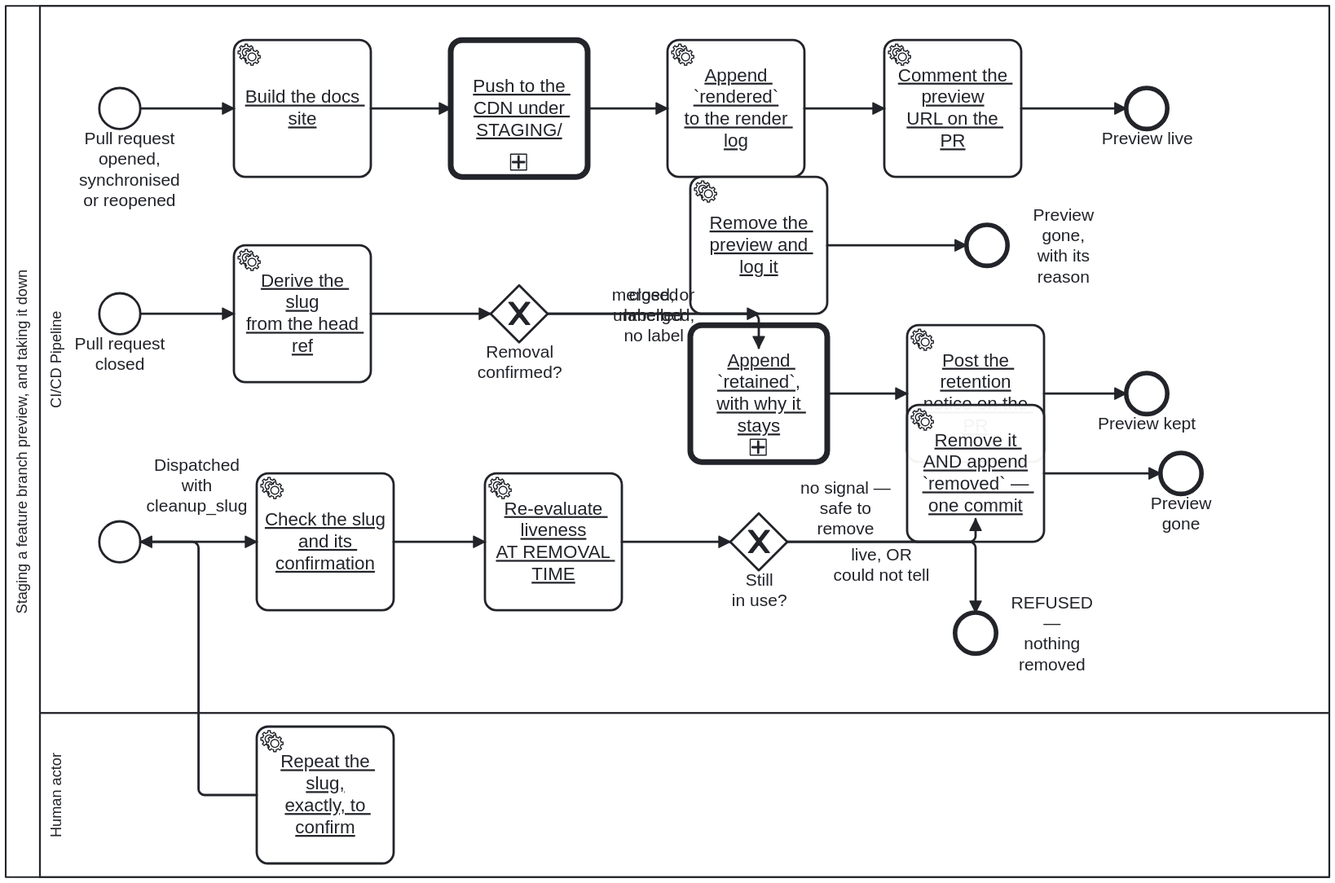
This is docs/assets/img/workflows/feature-staging.svg from litlfred/cat-harness, a BPMN export, as it was before one commit. Its source is kept beside it as sdlc/processes/feature-staging.bpmn. Ids are renumbered.
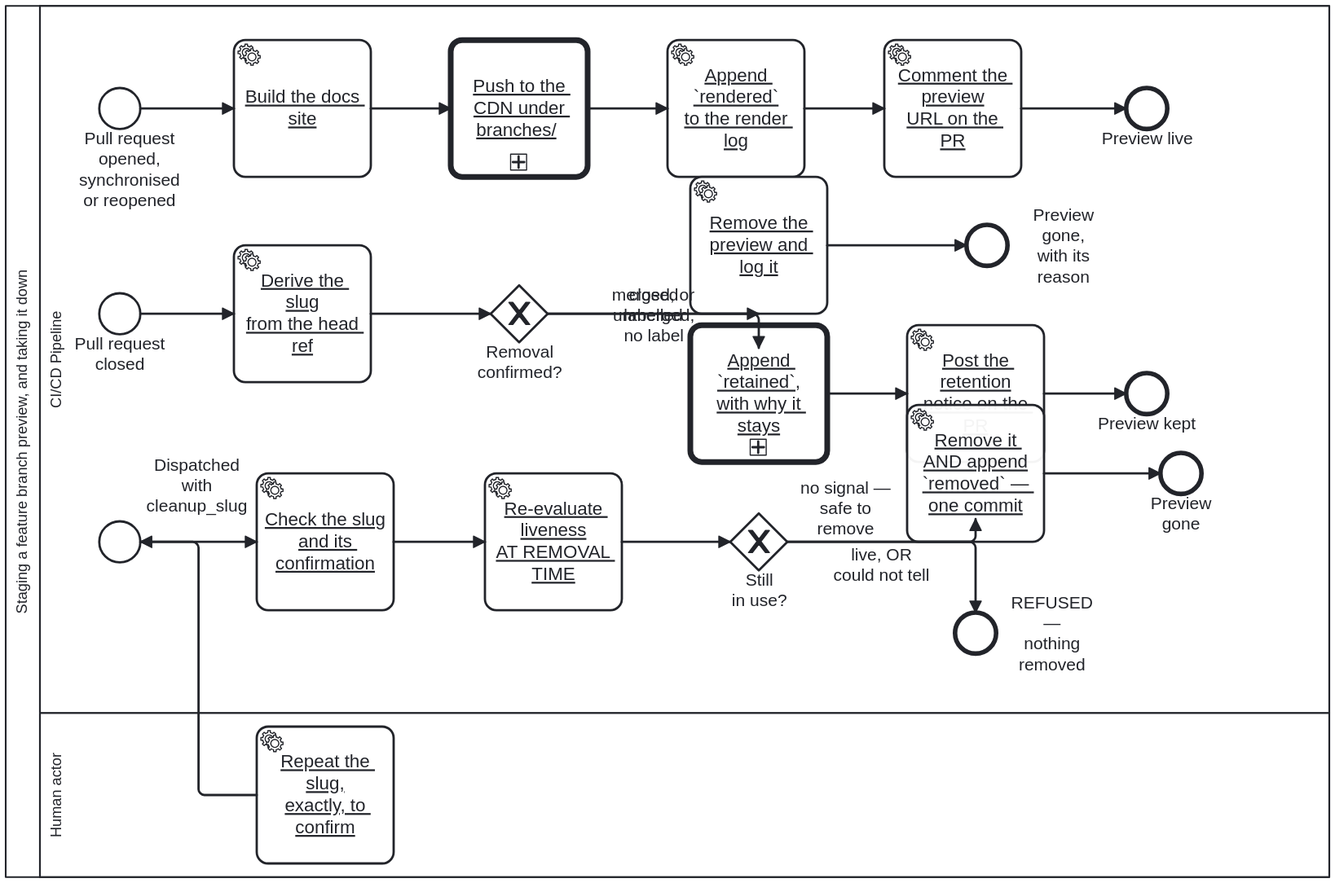
After the change.

Diff of the diagram source:
```diff
@@ -19,7 +19,7 @@
 
 TWO GATEWAYS, and both are three-state rather than yes/no. `Removal confirmed?` reads a merge as confirmation in its own right (bean `1feu`) while still requiring a label for a close without a merge. `Still in use?` refuses on a live signal AND on could-not-tell, because a preflight that has gone blind must not read as permission.
 
-EVERY PATH THAT CHANGES `STAGING/` WRITES TO THE RENDER LOG, and the two removal paths write the record in the SAME COMMIT as the removal. A separate log push can fail alone and leave a preview that vanished with nothing saying why, which is the state bean `plj1` left the publish branch in for months.
+EVERY PATH THAT CHANGES `branches/` WRITES TO THE RENDER LOG, and the two removal paths write the record in the SAME COMMIT as the removal. A separate log push can fail alone and leave a preview that vanished with nothing saying why, which is the state bean `plj1` left the publish branch in for months.
 
 The single human step is the dispatch confirmation. Everything else is mechanical, which is what makes `build-pipeline` the right lane rather than a convenient one.</bpmn:documentation>
     <bpmn:extensionElements>
@@ -27,9 +27,9 @@
     </bpmn:extensionElements>
     <bpmn:laneSet id="LaneSet_Process_FeatureStaging">
       <bpmn:lane id="Lane_Ci" name="CI/CD Pipeline" partitionElementRef="build-pipeline">
-        <bpmn:documentation>Runs all three entry points — stage, cleanup, cleanup-dispatch — as one actor because none of the work in any of them needs judgement; the one step that does, confirming a dispatch deletion, was carved out into Lane_Human rather than left here. Every path that changes `STAGING/` writes its render-log entry in the SAME commit as the change, because a log push that can fail on its own is exactly how a preview vanishes with nothing on the branch saying why.
+        <bpmn:documentation>Runs all three entry points — stage, cleanup, cleanup-dispatch — as one actor because none of the work in any of them needs judgement; the one step that does, confirming a dispatch deletion, was carved out into Lane_Human rather than left here. Every path that changes `branches/` writes its render-log entry in the SAME commit as the change, because a log push that can fail on its own is exactly how a preview vanishes with nothing on the branch saying why.
 
-A FOURTH trigger starts none of them, and that is deliberate rather than an omission from this diagram. `merge_group` is declared on the workflow so it REPORTS in the merge queue — a required check that never reports on a `merge_group` event leaves every queued pull request pending forever — and all three jobs skip on it. A preview exists for the reviewers of a pull request; a queue entry has none and lives for minutes. Without the skip, `stage`'s existing guards all pass on a queue run (`github.event.action` is empty and the event is not a dispatch), so it would publish `STAGING/&lt;slug&gt;/` named after the ephemeral `gh-readonly-queue/...` ref, and nothing would ever remove it — `Start_Closed` below fires on `pull_request_target: closed`, and a queue branch is never a pull request that closes. That is the `plj1` shape arriving once per MERGE rather than once per pull request.</bpmn:documentation>
+A FOURTH trigger starts none of them, and that is deliberate rather than an omission from this diagram. `merge_group` is declared on the workflow so it REPORTS in the merge queue — a required check that never reports on a `merge_group` event leaves every queued pull request pending forever — and all three jobs skip on it. A preview exists for the reviewers of a pull request; a queue entry has none and lives for minutes. Without the skip, `stage`'s existing guards all pass on a queue run (`github.event.action` is empty and the event is not a dispatch), so it would publish `branches/&lt;slug&gt;/` named after the ephemeral `gh-readonly-queue/...` ref, and nothing would ever remove it — `Start_Closed` below fires on `pull_request_target: closed`, and a queue branch is never a pull request that closes. That is the `plj1` shape arriving once per MERGE rather than once per pull request.</bpmn:documentation>
         <bpmn:flowNodeRef>Start_PR</bpmn:flowNodeRef>
         <bpmn:flowNodeRef>Task_Build</bpmn:flowNodeRef>
         <bpmn:flowNodeRef>Task_Deploy</bpmn:flowNodeRef>
@@ -68,8 +68,8 @@
       <bpmn:incoming>Flow_0</bpmn:incoming>
       <bpmn:outgoing>Flow_1</bpmn:outgoing>
     </bpmn:serviceTask>
-    <bpmn:callActivity id="Task_Deploy" name="Push to the CDN under STAGING/" calledElement="Process_RenderKgToCdn">
-      <bpmn:documentation>A PREVIEW IS THE GENERAL STEP WITH A DIFFERENT ROOT (owner, 2026-09-30: &quot;independent of staging vs publication … just rendering&quot;). Process_RenderKgToCdn, entered with the tree Task_Build rendered, `STAGING/&lt;slug&gt;/` under the site root as the publication root URL, and GitHub Pages as the target, so its `gh-pages` Tool pushes. For this target the push is `keep_files: true` with a `destination_dir`, so it adds one directory beside whatever else is on the branch; it is also RETRIED once: five other workflows push to `gh-pages` without joining this one's concurrency group, and a queue does not help because GitHub CANCELS a pending job when a newer one arrives for the same group rather than queueing it. Measured 2026-09-19: three staging runs from three different branches inside 17 seconds, two cancelled. The call returns the push's status and message; the render log and the PR comment that follow are this process's own. THE PREVIEW CAP rides in the same commit (owner ruling 2026-10-02, issue #1868: &quot;cap the maximum number of previews (&lt;= 10) and rotate old ones off&quot;, amended 2026-10-04 to a SIZE budget: &quot;Cap by size, not count&quot;, &quot;3gb&quot;): `staging-rotate.ts` keeps this preview plus the most recently updated others while their total fits MAX_PREVIEW_BYTES = 3 GB and removes the rest, oldest first, each with a `removed` render-log entry and its record retired into STAGING/_retired/. Every push attempt re-reads `gh-pages` and re-decides rather than rebasing, so a lost race never pushes a stale removal. A rotated-off preview is regenerated by the next push to its PR branch.</bpmn:documentation>
+    <bpmn:callActivity id="Task_Deploy" name="Push to the CDN under branches/" calledElement="Process_RenderKgToCdn">
+      <bpmn:documentation>A PREVIEW IS THE GENERAL STEP WITH A DIFFERENT ROOT (owner, 2026-09-30: &quot;independent of staging vs publication … just rendering&quot;). Process_RenderKgToCdn, entered with the tree Task_Build rendered, `branches/&lt;slug&gt;/` under the site root as the publication root URL, and GitHub Pages as the target, so its `gh-pages` Tool pushes. For this target the push is `keep_files: true` with a `destination_dir`, so it adds one directory beside whatever else is on the branch; it is also RETRIED once: five other workflows push to `gh-pages` without joining this one's concurrency group, and a queue does not help because GitHub CANCELS a pending job when a newer one arrives for the same group rather than queueing it. Measured 2026-09-19: three staging runs from three different branches inside 17 seconds, two cancelled. The call returns the push's status and message; the render log and the PR comment that follow are this process's own. THE PREVIEW CAP rides in the same commit (owner ruling 2026-10-02, issue #1868: &quot;cap the maximum number of previews (&lt;= 10) and rotate old ones off&quot;, amended 2026-10-04 to a SIZE budget: &quot;Cap by size, not count&quot;, &quot;3gb&quot;): `staging-rotate.ts` keeps this preview plus the most recently updated others while their total fits MAX_PREVIEW_BYTES = 3 GB and removes the rest, oldest first, each with a `removed` render-log entry and its record retired into branches/_retired/. Every push attempt re-reads `gh-pages` and re-decides rather than rebasing, so a lost race never pushes a stale removal. A rotated-off preview is regenerated by the next push to its PR branch.</bpmn:documentation>
       <bpmn:extensionElements>
         <bootstrap.processes:skill ref="render-kg-to-cdn"/>
       </bpmn:extensionElements>
@@ -77,7 +77,7 @@
       <bpmn:outgoing>Flow_2</bpmn:outgoing>
     </bpmn:callActivity>
     <bpmn:serviceTask id="Task_LogRendered" name="Append `rendered`&#10;to the render log">
-      <bpmn:documentation>Its OWN commit, not part of the deploy. The publish action writes only into `destination_dir`, so an entry riding in `_site` would land at `STAGING/&lt;slug&gt;/_render-log/` — inside the directory a cleanup removes, which is the one place a record of the removal must not be. `continue-on-error`: a preview that deployed and whose entry did not is a gap in the record, not a failed deploy.</bpmn:documentation>
+      <bpmn:documentation>Its OWN commit, not part of the deploy. The publish action writes only into `destination_dir`, so an entry riding in `_site` would land at `branches/&lt;slug&gt;/_render-log/` — inside the directory a cleanup removes, which is the one place a record of the removal must not be. `continue-on-error`: a preview that deployed and whose entry did not is a gap in the record, not a failed deploy.</bpmn:documentation>
       <bpmn:extensionElements>
         <bootstrap.processes:skill ref="render-logging"/>
       </bpmn:extensionElements>
@@ -85,7 +85,7 @@
       <bpmn:outgoing>Flow_3</bpmn:outgoing>
     </bpmn:serviceTask>
     <bpmn:serviceTask id="Task_Comment" name="Comment the preview&#10;URL on the PR">
-      <bpmn:documentation>Post, or update in place, one comment on the PR giving the preview URL (STAGING/&lt;slug&gt;/) and the commit it was built from. Pull-request events only.</bpmn:documentation>
+      <bpmn:documentation>Post, or update in place, one comment on the PR giving the preview URL (branches/&lt;slug&gt;/) and the commit it was built from. Pull-request events only.</bpmn:documentation>
       <bpmn:extensionElements>
         <bootstrap.processes:skill ref="staging-review"/>
       </bpmn:extensionElements>
@@ -167,7 +167,7 @@
       <bpmn:outgoing>Flow_17</bpmn:outgoing>
     </bpmn:exclusiveGateway>
     <bpmn:serviceTask id="Task_RemoveDisp" name="Remove it AND append&#10;`removed` — one commit">
-      <bpmn:documentation>Say what is going — size and file count — then remove STAGING/&lt;slug&gt;/ and append `removed` to the render log in the SAME commit, so a preview cannot vanish without a record of who dispatched it and why. The slug is a dispatch input, so the tool re-checks it by value rather than trusting the guard.</bpmn:documentation>
+      <bpmn:documentation>Say what is going — size and file count — then remove branches/&lt;slug&gt;/ and append `removed` to the render log in the SAME commit, so a preview cannot vanish without a record of who dispatched it and why. The slug is a dispatch input, so the tool re-checks it by value rather than trusting the guard.</bpmn:documentation>
       <bpmn:extensionElements>
         <bootstrap.processes:skill ref="deletion-requires-confirmation"/>
       </bpmn:extensionElements>
```
